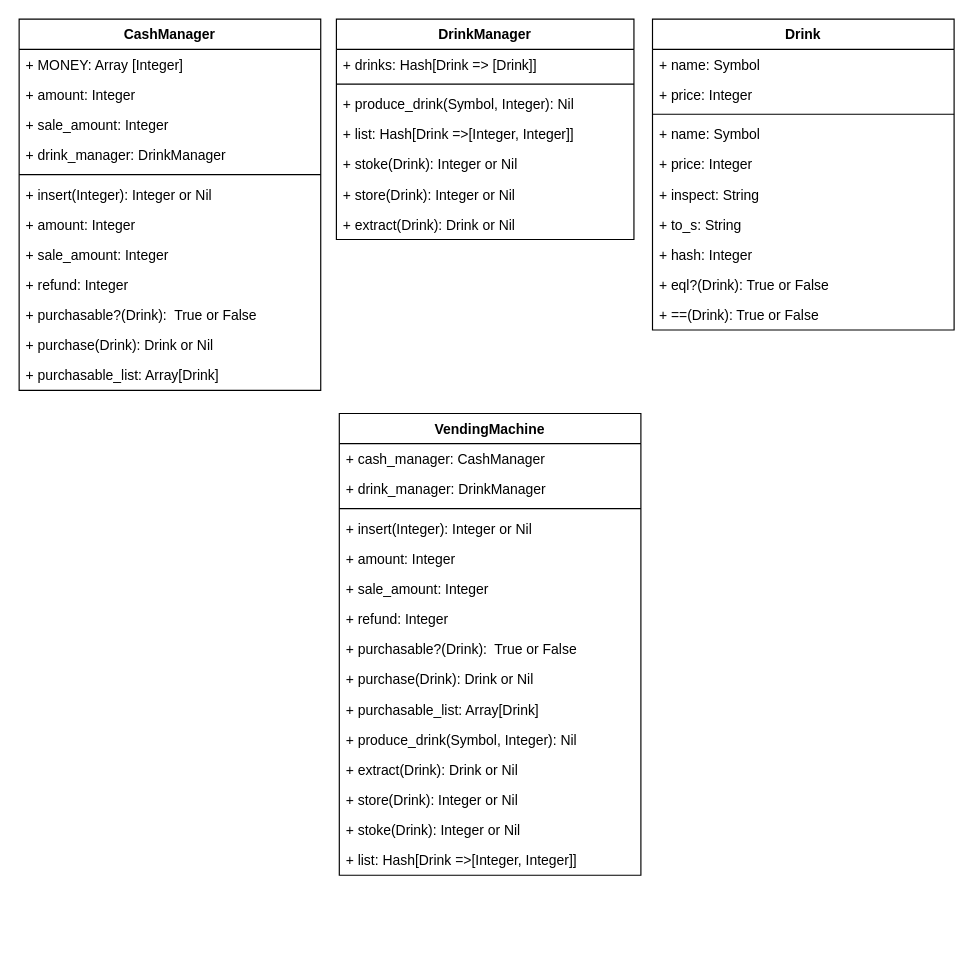
The draw.io diagram images/class.drawio in fumtas1k/tddbc_ft, before the edit. Source tidied: cells renumbered, new cells numbered last; positions are measured from the earlier drawing's top-left corner, leaving out a move shared by most shapes. Both pictures are drawn from the tidied source at 116%, with x=0, y=0 at pixel (19, 19).
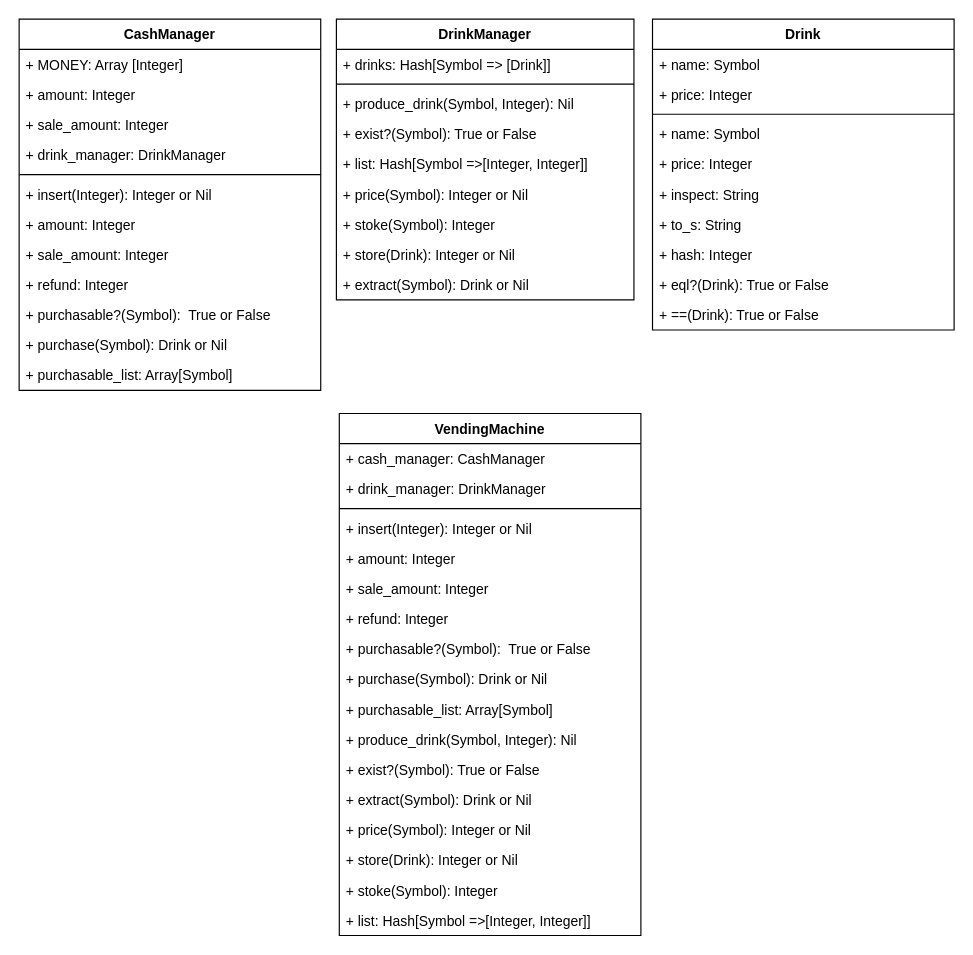
After the change.

Unchanged cells that the change refers to:
```xml
<mxCell id="2" value="CashManager" style="swimlane;fontStyle=1;align=center;verticalAlign=top;horizontal=1;startSize=26;" parent="1" vertex="1">
  <mxGeometry width="260" height="320" as="geometry" />
</mxCell>
```

Diff of the diagram source:
```diff
@@
-    <mxCell id="12" value="+ purchasable?(Drink):  True or False" style="text;strokeColor=none;fillColor=none;align=left;verticalAlign=top;spacingLeft=4;spacingRight=4;overflow=hidden;" parent="2" vertex="1">
+    <mxCell id="12" value="+ purchasable?(Symbol):  True or False" style="text;strokeColor=none;fillColor=none;align=left;verticalAlign=top;spacingLeft=4;spacingRight=4;overflow=hidden;" parent="2" vertex="1">
       <mxGeometry y="242" width="260" height="26" as="geometry" />
     </mxCell>
-    <mxCell id="13" value="+ purchase(Drink): Drink or Nil" style="text;strokeColor=none;fillColor=none;align=left;verticalAlign=top;spacingLeft=4;spacingRight=4;overflow=hidden;" parent="2" vertex="1">
+    <mxCell id="13" value="+ purchase(Symbol): Drink or Nil" style="text;strokeColor=none;fillColor=none;align=left;verticalAlign=top;spacingLeft=4;spacingRight=4;overflow=hidden;" parent="2" vertex="1">
       <mxGeometry y="268" width="260" height="26" as="geometry" />
     </mxCell>
-    <mxCell id="14" value="+ purchasable_list: Array[Drink]" style="text;strokeColor=none;fillColor=none;align=left;verticalAlign=top;spacingLeft=4;spacingRight=4;overflow=hidden;" parent="2" vertex="1">
+    <mxCell id="14" value="+ purchasable_list: Array[Symbol]" style="text;strokeColor=none;fillColor=none;align=left;verticalAlign=top;spacingLeft=4;spacingRight=4;overflow=hidden;" parent="2" vertex="1">
       <mxGeometry y="294" width="260" height="26" as="geometry" />
     </mxCell>
     <mxCell id="15" value="DrinkManager" style="swimlane;fontStyle=1;align=center;verticalAlign=top;horizontal=1;startSize=26;" parent="1" vertex="1">
-      <mxGeometry x="273.5" width="256.5" height="190" as="geometry" />
+      <mxGeometry x="273.5" width="256.5" height="242" as="geometry" />
     </mxCell>
-    <mxCell id="16" value="+ drinks: Hash[Drink =&gt; [Drink]]" style="text;strokeColor=none;fillColor=none;align=left;verticalAlign=top;spacingLeft=4;spacingRight=4;overflow=hidden;" parent="15" vertex="1">
+    <mxCell id="16" value="+ drinks: Hash[Symbol =&gt; [Drink]]" style="text;strokeColor=none;fillColor=none;align=left;verticalAlign=top;spacingLeft=4;spacingRight=4;overflow=hidden;" parent="15" vertex="1">
       <mxGeometry y="26" width="256.5" height="26" as="geometry" />
     </mxCell>
@@
+    <mxCell id="50" value="+ exist?(Symbol): True or False" style="text;strokeColor=none;fillColor=none;align=left;verticalAlign=top;spacingLeft=4;spacingRight=4;overflow=hidden;" parent="15" vertex="1">
+      <mxGeometry y="86" width="256.5" height="26" as="geometry" />
+    </mxCell>
-    <mxCell id="19" value="+ list: Hash[Drink =&gt;[Integer, Integer]]" style="text;strokeColor=none;fillColor=none;align=left;verticalAlign=top;spacingLeft=4;spacingRight=4;overflow=hidden;" parent="15" vertex="1">
-      <mxGeometry y="86" width="256.5" height="26" as="geometry" />
+    <mxCell id="19" value="+ list: Hash[Symbol =&gt;[Integer, Integer]]" style="text;strokeColor=none;fillColor=none;align=left;verticalAlign=top;spacingLeft=4;spacingRight=4;overflow=hidden;" parent="15" vertex="1">
+      <mxGeometry y="112" width="256.5" height="26" as="geometry" />
     </mxCell>
+    <mxCell id="51" value="+ price(Symbol): Integer or Nil" style="text;strokeColor=none;fillColor=none;align=left;verticalAlign=top;spacingLeft=4;spacingRight=4;overflow=hidden;" parent="15" vertex="1">
+      <mxGeometry y="138" width="256.5" height="26" as="geometry" />
+    </mxCell>
-    <mxCell id="20" value="+ stoke(Drink): Integer or Nil" style="text;strokeColor=none;fillColor=none;align=left;verticalAlign=top;spacingLeft=4;spacingRight=4;overflow=hidden;" parent="15" vertex="1">
-      <mxGeometry y="112" width="256.5" height="26" as="geometry" />
+    <mxCell id="20" value="+ stoke(Symbol): Integer" style="text;strokeColor=none;fillColor=none;align=left;verticalAlign=top;spacingLeft=4;spacingRight=4;overflow=hidden;" parent="15" vertex="1">
+      <mxGeometry y="164" width="256.5" height="26" as="geometry" />
     </mxCell>
     <mxCell id="21" value="+ store(Drink): Integer or Nil" style="text;strokeColor=none;fillColor=none;align=left;verticalAlign=top;spacingLeft=4;spacingRight=4;overflow=hidden;" parent="15" vertex="1">
-      <mxGeometry y="138" width="256.5" height="26" as="geometry" />
+      <mxGeometry y="190" width="256.5" height="26" as="geometry" />
     </mxCell>
-    <mxCell id="22" value="+ extract(Drink): Drink or Nil" style="text;strokeColor=none;fillColor=none;align=left;verticalAlign=top;spacingLeft=4;spacingRight=4;overflow=hidden;" parent="15" vertex="1">
-      <mxGeometry y="164" width="256.5" height="26" as="geometry" />
+    <mxCell id="22" value="+ extract(Symbol): Drink or Nil" style="text;strokeColor=none;fillColor=none;align=left;verticalAlign=top;spacingLeft=4;spacingRight=4;overflow=hidden;" parent="15" vertex="1">
+      <mxGeometry y="216" width="256.5" height="26" as="geometry" />
     </mxCell>
@@
     <mxCell id="34" value="VendingMachine" style="swimlane;fontStyle=1;align=center;verticalAlign=top;horizontal=1;startSize=26;" parent="1" vertex="1">
-      <mxGeometry x="276" y="340" width="260" height="398" as="geometry" />
+      <mxGeometry x="276" y="340" width="260" height="450" as="geometry" />
     </mxCell>
@@
-    <mxCell id="42" value="+ purchasable?(Drink):  True or False" style="text;strokeColor=none;fillColor=none;align=left;verticalAlign=top;spacingLeft=4;spacingRight=4;overflow=hidden;" parent="34" vertex="1">
+    <mxCell id="42" value="+ purchasable?(Symbol):  True or False" style="text;strokeColor=none;fillColor=none;align=left;verticalAlign=top;spacingLeft=4;spacingRight=4;overflow=hidden;" parent="34" vertex="1">
       <mxGeometry y="190" width="260" height="26" as="geometry" />
     </mxCell>
-    <mxCell id="43" value="+ purchase(Drink): Drink or Nil" style="text;strokeColor=none;fillColor=none;align=left;verticalAlign=top;spacingLeft=4;spacingRight=4;overflow=hidden;" parent="34" vertex="1">
+    <mxCell id="43" value="+ purchase(Symbol): Drink or Nil" style="text;strokeColor=none;fillColor=none;align=left;verticalAlign=top;spacingLeft=4;spacingRight=4;overflow=hidden;" parent="34" vertex="1">
       <mxGeometry y="216" width="260" height="26" as="geometry" />
     </mxCell>
-    <mxCell id="44" value="+ purchasable_list: Array[Drink]" style="text;strokeColor=none;fillColor=none;align=left;verticalAlign=top;spacingLeft=4;spacingRight=4;overflow=hidden;" parent="34" vertex="1">
+    <mxCell id="44" value="+ purchasable_list: Array[Symbol]" style="text;strokeColor=none;fillColor=none;align=left;verticalAlign=top;spacingLeft=4;spacingRight=4;overflow=hidden;" parent="34" vertex="1">
       <mxGeometry y="242" width="260" height="26" as="geometry" />
     </mxCell>
@@
+    <mxCell id="52" value="+ exist?(Symbol): True or False" style="text;strokeColor=none;fillColor=none;align=left;verticalAlign=top;spacingLeft=4;spacingRight=4;overflow=hidden;" parent="34" vertex="1">
+      <mxGeometry y="294" width="260" height="26" as="geometry" />
+    </mxCell>
-    <mxCell id="46" value="+ extract(Drink): Drink or Nil" style="text;strokeColor=none;fillColor=none;align=left;verticalAlign=top;spacingLeft=4;spacingRight=4;overflow=hidden;" parent="34" vertex="1">
-      <mxGeometry y="294" width="260" height="26" as="geometry" />
+    <mxCell id="46" value="+ extract(Symbol): Drink or Nil" style="text;strokeColor=none;fillColor=none;align=left;verticalAlign=top;spacingLeft=4;spacingRight=4;overflow=hidden;" parent="34" vertex="1">
+      <mxGeometry y="320" width="260" height="26" as="geometry" />
     </mxCell>
+    <mxCell id="53" value="+ price(Symbol): Integer or Nil" style="text;strokeColor=none;fillColor=none;align=left;verticalAlign=top;spacingLeft=4;spacingRight=4;overflow=hidden;" parent="34" vertex="1">
+      <mxGeometry y="346" width="260" height="26" as="geometry" />
+    </mxCell>
     <mxCell id="47" value="+ store(Drink): Integer or Nil" style="text;strokeColor=none;fillColor=none;align=left;verticalAlign=top;spacingLeft=4;spacingRight=4;overflow=hidden;" parent="34" vertex="1">
-      <mxGeometry y="320" width="260" height="26" as="geometry" />
+      <mxGeometry y="372" width="260" height="26" as="geometry" />
     </mxCell>
-    <mxCell id="48" value="+ stoke(Drink): Integer or Nil" style="text;strokeColor=none;fillColor=none;align=left;verticalAlign=top;spacingLeft=4;spacingRight=4;overflow=hidden;" parent="34" vertex="1">
-      <mxGeometry y="346" width="260" height="26" as="geometry" />
+    <mxCell id="48" value="+ stoke(Symbol): Integer" style="text;strokeColor=none;fillColor=none;align=left;verticalAlign=top;spacingLeft=4;spacingRight=4;overflow=hidden;" parent="34" vertex="1">
+      <mxGeometry y="398" width="260" height="26" as="geometry" />
     </mxCell>
-    <mxCell id="49" value="+ list: Hash[Drink =&gt;[Integer, Integer]]" style="text;strokeColor=none;fillColor=none;align=left;verticalAlign=top;spacingLeft=4;spacingRight=4;overflow=hidden;" parent="34" vertex="1">
-      <mxGeometry y="372" width="260" height="26" as="geometry" />
+    <mxCell id="49" value="+ list: Hash[Symbol =&gt;[Integer, Integer]]" style="text;strokeColor=none;fillColor=none;align=left;verticalAlign=top;spacingLeft=4;spacingRight=4;overflow=hidden;" parent="34" vertex="1">
+      <mxGeometry y="424" width="260" height="26" as="geometry" />
     </mxCell>
```
